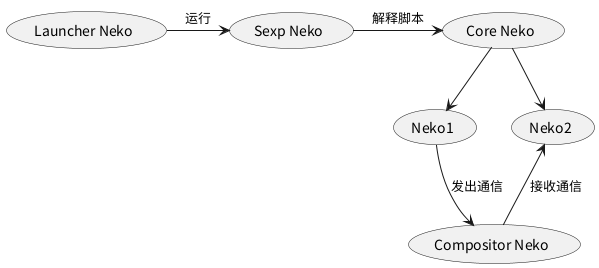
The PlantUML diagram docs/liquidneko_strcut.png in MinkieYume/LiquidNeko, before a commit.
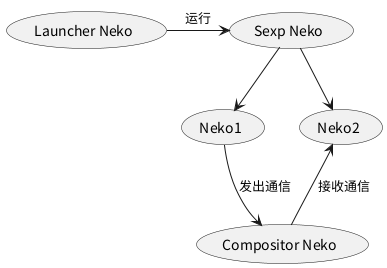
Later version of the same file.

The edit, as a diff of the source:
```diff
@@ -1,8 +1,7 @@
 @startuml
 (Launcher Neko) -> (Sexp Neko):运行
-(Sexp Neko) -> (Core Neko):解释脚本
-(Core Neko) --> (Neko1)
-(Core Neko) --> (Neko2)
+(Sexp Neko) --> (Neko1)
+(Sexp Neko) --> (Neko2)
 (Neko1) --> (Compositor Neko):发出通信
 (Neko2) <-- (Compositor Neko):接收通信
 @enduml
```
